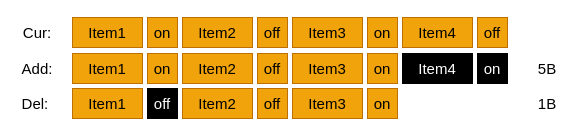
imzoer/design-pattern keeps this draw.io diagram as Copy of Untitled Diagram.drawio. Above is the earlier version. Source tidied: cells renumbered, new cells numbered last; positions are measured from the earlier drawing's top-left corner, leaving out a move shared by most shapes. Both pictures are drawn from the tidied source at 100%, with x=0, y=0 at pixel (17, 17).
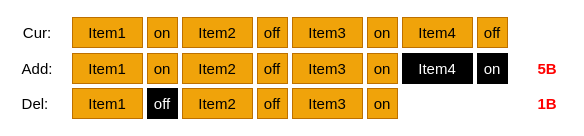
Above is the later version.

Diff of the diagram source:
```diff
@@
-    <mxCell id="24" value="&lt;font style=&quot;font-size: 15px&quot;&gt;5B&lt;/font&gt;" style="text;html=1;strokeColor=none;fillColor=none;align=center;verticalAlign=middle;whiteSpace=wrap;rounded=0;shadow=0;glass=0;comic=0;" parent="1" vertex="1">
+    <mxCell id="24" value="&lt;font style=&quot;font-size: 15px&quot;&gt;&lt;b&gt;5B&lt;/b&gt;&lt;/font&gt;" style="text;html=1;strokeColor=none;fillColor=none;align=center;verticalAlign=middle;whiteSpace=wrap;rounded=0;shadow=0;glass=0;comic=0;fontColor=#FF0000;" parent="1" vertex="1">
       <mxGeometry x="510" y="41" width="40" height="20" as="geometry" />
     </mxCell>
@@
-    <mxCell id="28" value="&lt;font style=&quot;font-size: 15px&quot;&gt;1B&lt;/font&gt;" style="text;html=1;strokeColor=none;fillColor=none;align=center;verticalAlign=middle;whiteSpace=wrap;rounded=0;shadow=0;glass=0;comic=0;" parent="1" vertex="1">
+    <mxCell id="28" value="&lt;font style=&quot;font-size: 15px&quot;&gt;1B&lt;/font&gt;" style="text;html=1;strokeColor=none;fillColor=none;align=center;verticalAlign=middle;whiteSpace=wrap;rounded=0;shadow=0;glass=0;comic=0;fontColor=#FF0000;fontStyle=1;" parent="1" vertex="1">
       <mxGeometry x="510" y="76" width="40" height="20" as="geometry" />
     </mxCell>
```
